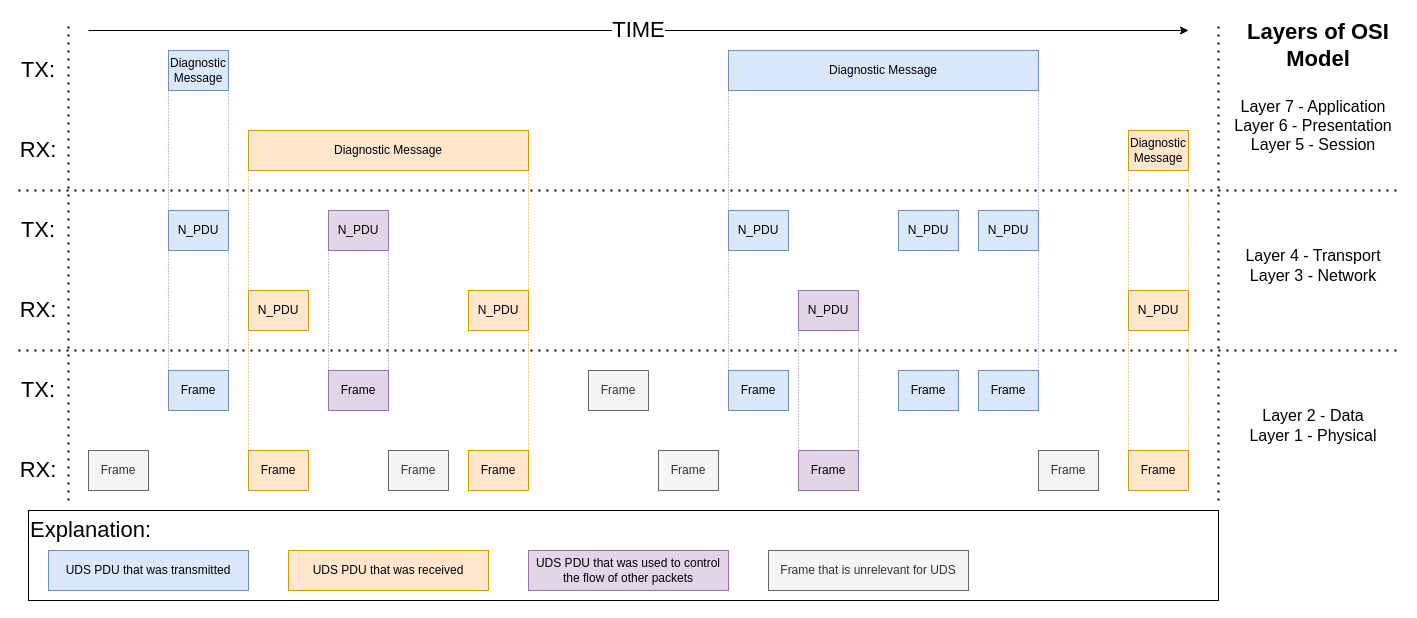
Above: page "Message N_PDU Frame" (3 of 3) of docs/source/diagrams/KnowledgeBase.drawio in mdabrowski1990/uds (draw.io), before the change. Source tidied: cells renumbered, new cells numbered last; positions are measured from the earlier drawing's top-left corner, leaving out a move shared by most shapes. Both pictures are drawn from the tidied source at 100%, with x=0, y=0 at pixel (18, 20).
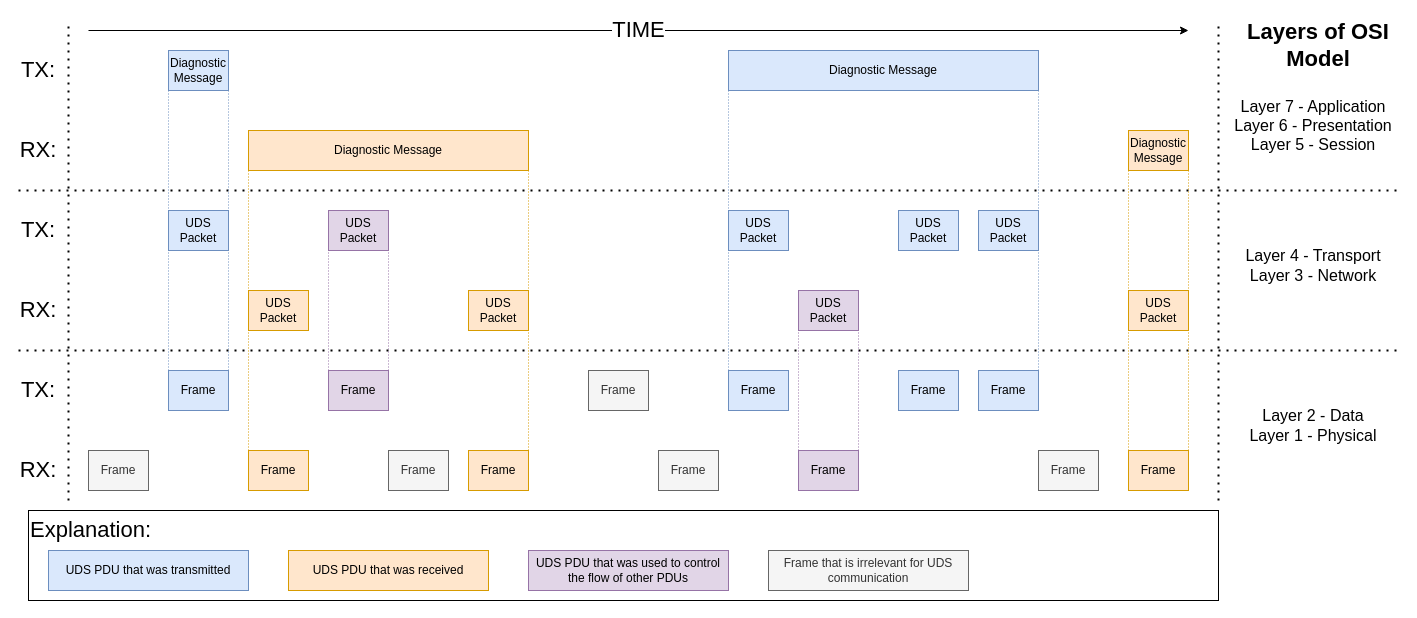
The same page after the edit.

Commit message (it also covers changes not shown here):
pdu_example

Update picture with PDUs example

What changed in the source:
```diff
@@
-    <mxCell id="9" value="N_PDU" style="whiteSpace=wrap;html=1;align=center;fillColor=#dae8fc;strokeColor=#6c8ebf;" parent="1" vertex="1">
+    <mxCell id="9" value="UDS Packet" style="whiteSpace=wrap;html=1;align=center;fillColor=#dae8fc;strokeColor=#6c8ebf;" parent="1" vertex="1">
       <mxGeometry x="150" y="190" width="60" height="40" as="geometry" />
     </mxCell>
-    <mxCell id="10" value="N_PDU" style="whiteSpace=wrap;html=1;align=center;fillColor=#dae8fc;strokeColor=#6c8ebf;" parent="1" vertex="1">
+    <mxCell id="10" value="UDS Packet" style="whiteSpace=wrap;html=1;align=center;fillColor=#dae8fc;strokeColor=#6c8ebf;" parent="1" vertex="1">
       <mxGeometry x="710" y="190" width="60" height="40" as="geometry" />
     </mxCell>
-    <mxCell id="11" value="N_PDU" style="whiteSpace=wrap;html=1;align=center;fillColor=#e1d5e7;strokeColor=#9673a6;" parent="1" vertex="1">
+    <mxCell id="11" value="UDS Packet" style="whiteSpace=wrap;html=1;align=center;fillColor=#e1d5e7;strokeColor=#9673a6;" parent="1" vertex="1">
       <mxGeometry x="780" y="270" width="60" height="40" as="geometry" />
     </mxCell>
-    <mxCell id="12" value="N_PDU" style="whiteSpace=wrap;html=1;align=center;fillColor=#dae8fc;strokeColor=#6c8ebf;" parent="1" vertex="1">
+    <mxCell id="12" value="UDS Packet" style="whiteSpace=wrap;html=1;align=center;fillColor=#dae8fc;strokeColor=#6c8ebf;" parent="1" vertex="1">
       <mxGeometry x="880" y="190" width="60" height="40" as="geometry" />
     </mxCell>
-    <mxCell id="13" value="N_PDU" style="whiteSpace=wrap;html=1;align=center;fillColor=#dae8fc;strokeColor=#6c8ebf;" parent="1" vertex="1">
+    <mxCell id="13" value="UDS Packet" style="whiteSpace=wrap;html=1;align=center;fillColor=#dae8fc;strokeColor=#6c8ebf;" parent="1" vertex="1">
       <mxGeometry x="960" y="190" width="60" height="40" as="geometry" />
     </mxCell>
-    <mxCell id="14" value="N_PDU" style="whiteSpace=wrap;html=1;align=center;fillColor=#ffe6cc;strokeColor=#d79b00;" parent="1" vertex="1">
+    <mxCell id="14" value="UDS Packet" style="whiteSpace=wrap;html=1;align=center;fillColor=#ffe6cc;strokeColor=#d79b00;" parent="1" vertex="1">
       <mxGeometry x="230" y="270" width="60" height="40" as="geometry" />
     </mxCell>
@@
-    <mxCell id="17" value="N_PDU" style="whiteSpace=wrap;html=1;align=center;fillColor=#ffe6cc;strokeColor=#d79b00;" parent="1" vertex="1">
+    <mxCell id="17" value="UDS Packet" style="whiteSpace=wrap;html=1;align=center;fillColor=#ffe6cc;strokeColor=#d79b00;" parent="1" vertex="1">
       <mxGeometry x="1110" y="270" width="60" height="40" as="geometry" />
     </mxCell>
@@
-    <mxCell id="34" value="N_PDU" style="whiteSpace=wrap;html=1;align=center;fillColor=#e1d5e7;strokeColor=#9673a6;" parent="1" vertex="1">
+    <mxCell id="34" value="UDS Packet" style="whiteSpace=wrap;html=1;align=center;fillColor=#e1d5e7;strokeColor=#9673a6;" parent="1" vertex="1">
       <mxGeometry x="310" y="190" width="60" height="40" as="geometry" />
     </mxCell>
@@
-    <mxCell id="40" value="N_PDU" style="whiteSpace=wrap;html=1;align=center;fillColor=#ffe6cc;strokeColor=#d79b00;" parent="1" vertex="1">
+    <mxCell id="40" value="UDS Packet" style="whiteSpace=wrap;html=1;align=center;fillColor=#ffe6cc;strokeColor=#d79b00;" parent="1" vertex="1">
       <mxGeometry x="450" y="270" width="60" height="40" as="geometry" />
     </mxCell>
@@
-    <mxCell id="54" value="UDS PDU that was used to control the flow of other packets" style="whiteSpace=wrap;html=1;align=center;fillColor=#e1d5e7;strokeColor=#9673a6;" parent="1" vertex="1">
+    <mxCell id="54" value="UDS PDU that was used to control the flow of other PDUs" style="whiteSpace=wrap;html=1;align=center;fillColor=#e1d5e7;strokeColor=#9673a6;" parent="1" vertex="1">
       <mxGeometry x="510" y="530" width="200" height="40" as="geometry" />
     </mxCell>
-    <mxCell id="55" value="Frame that is unrelevant for UDS" style="whiteSpace=wrap;html=1;align=center;fillColor=#f5f5f5;strokeColor=#666666;fontColor=#333333;" parent="1" vertex="1">
+    <mxCell id="55" value="Frame that is irrelevant for UDS communication" style="whiteSpace=wrap;html=1;align=center;fillColor=#f5f5f5;strokeColor=#666666;fontColor=#333333;" parent="1" vertex="1">
       <mxGeometry x="750" y="530" width="200" height="40" as="geometry" />
     </mxCell>
```
